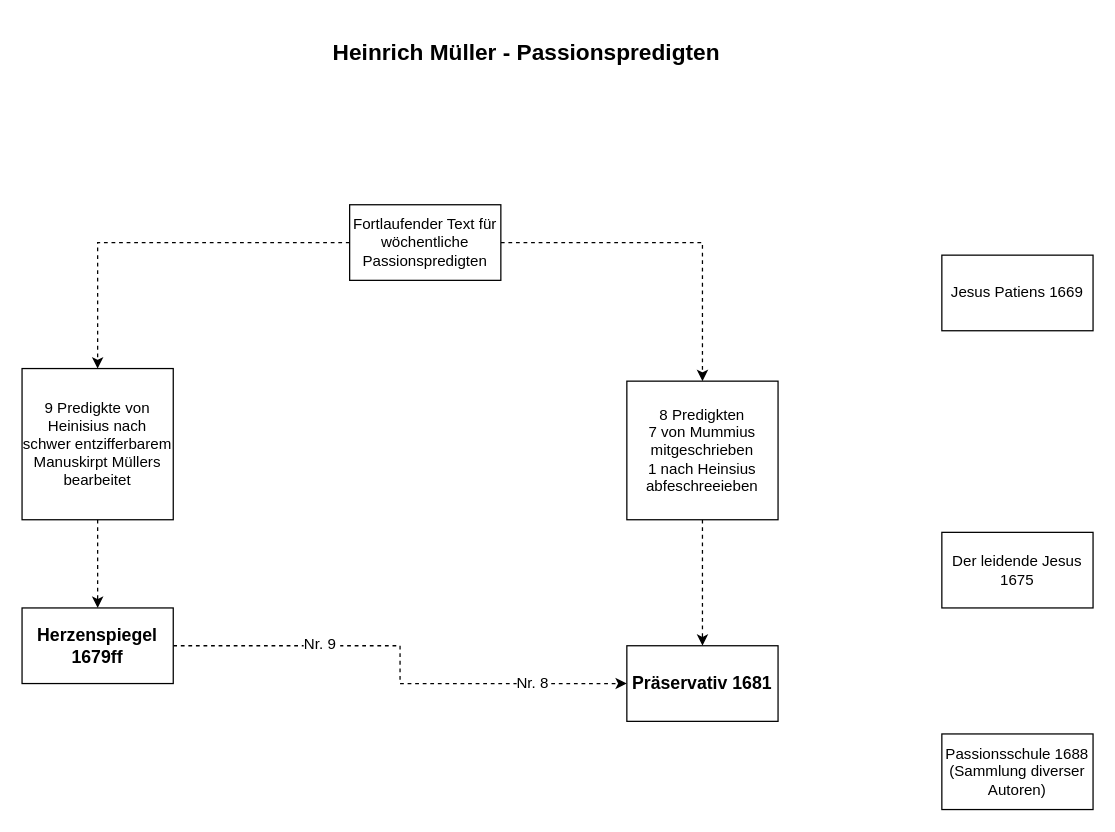
This is page "Page-2" (2 of 2) of Müller_Herzensspiegel.drawio from michael-hochgartz/lectio-brevior, a draw.io file, before an edit. Source tidied: cells renumbered, new cells numbered last; positions are measured from the earlier drawing's top-left corner, leaving out a move shared by most shapes. Both pictures are drawn from the tidied source at 126%, with x=0, y=0 at pixel (21, 21).
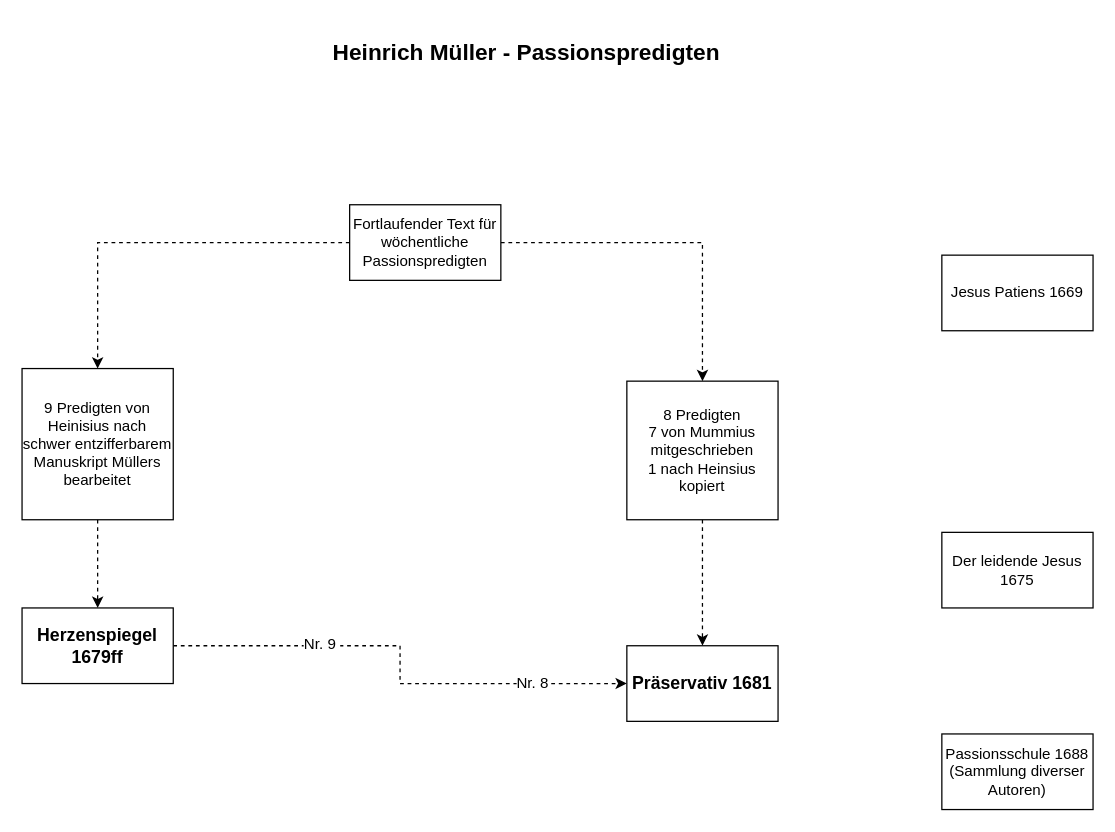
Above is the later version.

Change to the diagram source:
```diff
@@
 <mxGraphModel>
   <root>
     <mxCell id="0" />
     <mxCell id="1" parent="0" />
     <mxCell id="2" style="edgeStyle=orthogonalEdgeStyle;rounded=0;jettySize=auto;html=1;dashed=1;" parent="1" edge="1" source="4" target="6">
       <mxGeometry relative="1" as="geometry" />
     </mxCell>
     <mxCell id="3" style="edgeStyle=orthogonalEdgeStyle;rounded=0;jettySize=auto;html=1;dashed=1;" parent="1" edge="1" source="4" target="8">
       <mxGeometry relative="1" as="geometry" />
     </mxCell>
     <mxCell id="4" value="Fortlaufender Text für wöchentliche Passionspredigten&lt;br&gt;" style="whiteSpace=wrap;html=1;shadow=0;strokeColor=#000000;fillColor=#ffffff;" parent="1" vertex="1">
       <mxGeometry x="260" y="145" width="120" height="60" as="geometry" />
     </mxCell>
     <mxCell id="5" style="edgeStyle=orthogonalEdgeStyle;rounded=0;jettySize=auto;html=1;dashed=1;" parent="1" edge="1" source="6" target="12">
       <mxGeometry relative="1" as="geometry" />
     </mxCell>
-    <mxCell id="6" value="9 Predigkte von Heinisius nach schwer entzifferbarem Manuskirpt Müllers bearbeitet" style="whiteSpace=wrap;html=1;shadow=0;strokeColor=#000000;fillColor=#ffffff;" parent="1" vertex="1">
+    <mxCell id="6" value="9 Predigten von Heinisius nach schwer entzifferbarem Manuskript Müllers bearbeitet" style="whiteSpace=wrap;html=1;shadow=0;strokeColor=#000000;fillColor=#ffffff;" parent="1" vertex="1">
       <mxGeometry y="275" width="120" height="120" as="geometry" />
     </mxCell>
     <mxCell id="7" style="edgeStyle=orthogonalEdgeStyle;rounded=0;jettySize=auto;html=1;dashed=1;" parent="1" edge="1" source="8" target="13">
       <mxGeometry relative="1" as="geometry" />
     </mxCell>
-    <mxCell id="8" value="8 Predigkten&lt;br&gt;7 von Mummius mitgeschrieben&lt;br&gt;1 nach Heinsius abfeschreeieben" style="whiteSpace=wrap;html=1;shadow=0;strokeColor=#000000;fillColor=#ffffff;" parent="1" vertex="1">
+    <mxCell id="8" value="8 Predigten&lt;br&gt;7 von Mummius mitgeschrieben&lt;br&gt;1 nach Heinsius kopiert" style="whiteSpace=wrap;html=1;shadow=0;strokeColor=#000000;fillColor=#ffffff;" parent="1" vertex="1">
       <mxGeometry x="480" y="285" width="120" height="110" as="geometry" />
     </mxCell>
     <mxCell id="9" style="edgeStyle=orthogonalEdgeStyle;rounded=0;jettySize=auto;html=1;dashed=1;" parent="1" edge="1" source="12" target="13">
       <mxGeometry relative="1" as="geometry" />
     </mxCell>
     <mxCell id="10" value="Nr. 9&amp;nbsp;" style="text;html=1;align=center;verticalAlign=middle;labelBackgroundColor=#ffffff;" parent="9" vertex="1">
       <mxGeometry x="-0.4" y="2" relative="1" as="geometry" />
     </mxCell>
     <mxCell id="11" value="Nr. 8" style="text;html=1;align=center;verticalAlign=middle;labelBackgroundColor=#ffffff;" parent="9" vertex="1">
       <mxGeometry x="0.61" y="1" relative="1" as="geometry" />
     </mxCell>
     <mxCell id="12" value="&lt;h3&gt;Herzenspiegel&lt;br&gt;1679ff&lt;/h3&gt;" style="whiteSpace=wrap;html=1;shadow=0;strokeColor=#000000;fillColor=#ffffff;" parent="1" vertex="1">
       <mxGeometry y="465" width="120" height="60" as="geometry" />
     </mxCell>
     <mxCell id="13" value="&lt;h3&gt;Präservativ 1681&lt;/h3&gt;" style="whiteSpace=wrap;html=1;shadow=0;strokeColor=#000000;fillColor=#ffffff;" parent="1" vertex="1">
       <mxGeometry x="480" y="495" width="120" height="60" as="geometry" />
     </mxCell>
     <mxCell id="14" value="Jesus Patiens 1669" style="whiteSpace=wrap;html=1;shadow=0;strokeColor=#000000;fillColor=#ffffff;" parent="1" vertex="1">
       <mxGeometry x="730" y="185" width="120" height="60" as="geometry" />
     </mxCell>
     <mxCell id="15" value="Der leidende Jesus 1675" style="whiteSpace=wrap;html=1;shadow=0;strokeColor=#000000;fillColor=#ffffff;" parent="1" vertex="1">
       <mxGeometry x="730" y="405" width="120" height="60" as="geometry" />
     </mxCell>
     <mxCell id="16" value="Passionsschule 1688&lt;br&gt;(Sammlung diverser Autoren)" style="whiteSpace=wrap;html=1;shadow=0;strokeColor=#000000;fillColor=#ffffff;" parent="1" vertex="1">
       <mxGeometry x="730" y="565" width="120" height="60" as="geometry" />
     </mxCell>
     <mxCell id="17" value="&lt;h2&gt;Heinrich Müller - Passionspredigten&lt;/h2&gt;" style="text;html=1;align=center;verticalAlign=middle;" parent="1" vertex="1">
       <mxGeometry x="240" width="320" height="50" as="geometry" />
     </mxCell>
   </root>
 </mxGraphModel>
```
